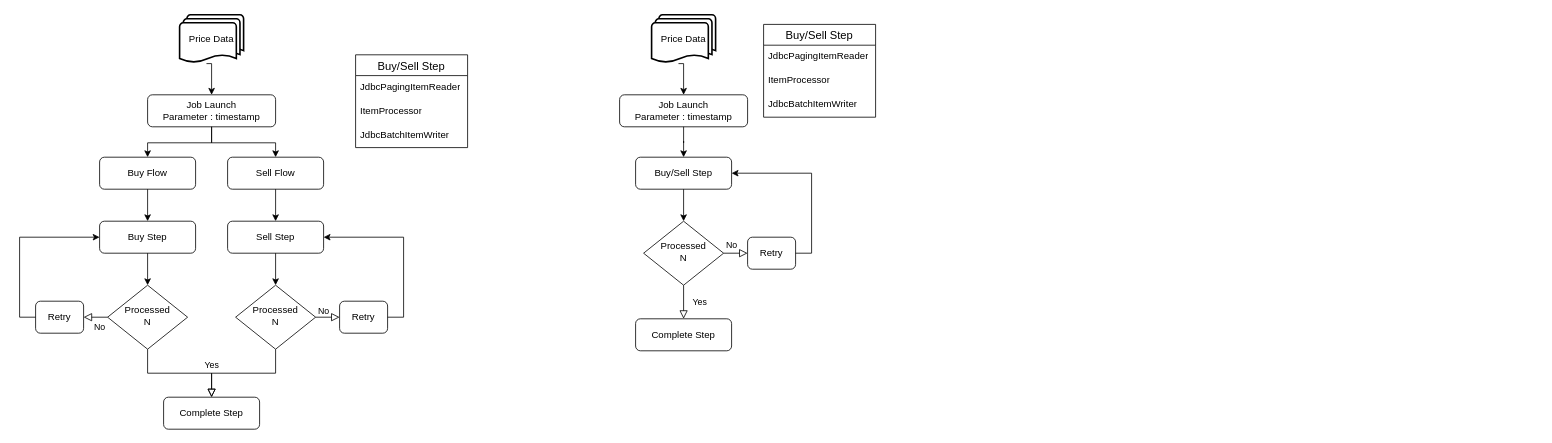
Above: document/Reserved Transaction Batch Flow.drawio in O0oO0Oo/Bitcoin-Simulated-Investment-BE (draw.io), before the change. Source tidied: cells renumbered, new cells numbered last; positions are measured from the earlier drawing's top-left corner, leaving out a move shared by most shapes. Both pictures are drawn from the tidied source at 80%, with x=0, y=0 at pixel (35, 14).
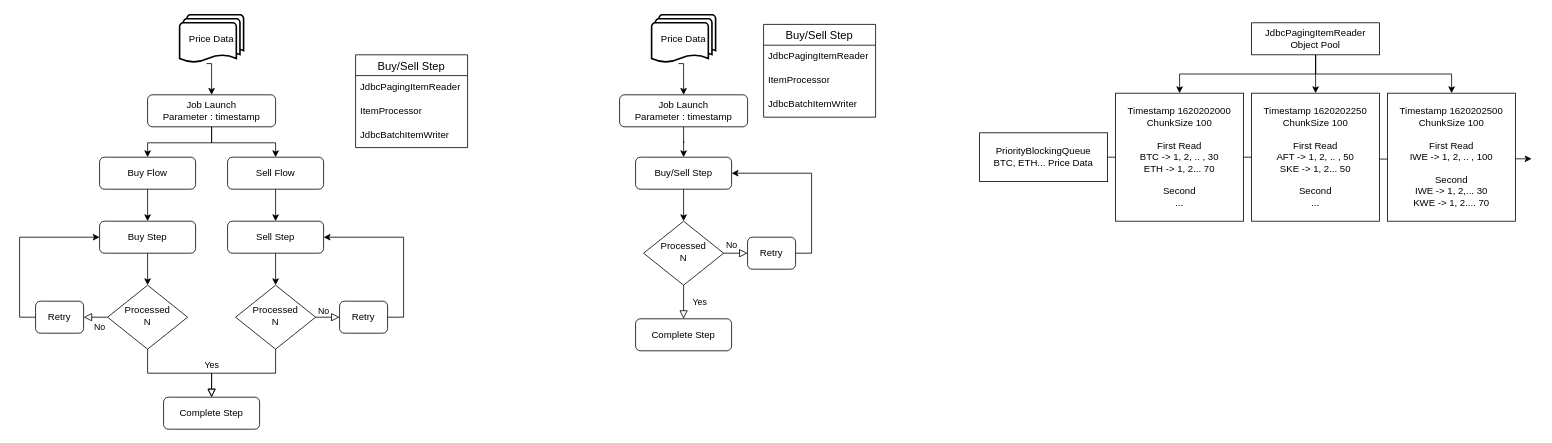
The same diagram, later.

What changed in the source:
```diff
@@
+    <mxCell id="46" style="edgeStyle=orthogonalEdgeStyle;rounded=0;jettySize=auto;html=1;exitX=0.5;exitY=1;exitDx=0;exitDy=0;entryX=0.5;entryY=0;entryDx=0;entryDy=0;" parent="1" edge="1" source="49" target="52">
+      <mxGeometry relative="1" as="geometry" />
+    </mxCell>
+    <mxCell id="47" style="edgeStyle=orthogonalEdgeStyle;rounded=0;jettySize=auto;html=1;exitX=0.5;exitY=1;exitDx=0;exitDy=0;entryX=0.5;entryY=0;entryDx=0;entryDy=0;" parent="1" edge="1" source="49" target="53">
+      <mxGeometry relative="1" as="geometry" />
+    </mxCell>
+    <mxCell id="48" style="edgeStyle=orthogonalEdgeStyle;rounded=0;jettySize=auto;html=1;exitX=0.5;exitY=1;exitDx=0;exitDy=0;entryX=0.5;entryY=0;entryDx=0;entryDy=0;" parent="1" edge="1" source="49" target="54">
+      <mxGeometry relative="1" as="geometry" />
+    </mxCell>
+    <mxCell id="49" value="JdbcPagingItemReader Object Pool" style="rounded=0;whiteSpace=wrap;html=1;" parent="1" vertex="1">
+      <mxGeometry x="1520" y="10" width="160" height="40" as="geometry" />
+    </mxCell>
+    <mxCell id="50" style="edgeStyle=orthogonalEdgeStyle;rounded=0;jettySize=auto;html=1;exitX=1;exitY=0.5;exitDx=0;exitDy=0;" parent="1" edge="1" source="51">
+      <mxGeometry relative="1" as="geometry">
+        <mxPoint x="1870" y="180" as="targetPoint" />
+      </mxGeometry>
+    </mxCell>
+    <mxCell id="51" value="PriorityBlockingQueue&lt;br&gt;BTC, ETH... Price Data" style="rounded=0;whiteSpace=wrap;html=1;" parent="1" vertex="1">
+      <mxGeometry x="1180" y="147.5" width="160" height="61" as="geometry" />
+    </mxCell>
+    <mxCell id="52" value="Timestamp 1620202000&lt;br&gt;ChunkSize 100&lt;br&gt;&lt;br&gt;First Read&lt;br&gt;&lt;div&gt;BTC -&amp;gt; 1, 2, .. , 30&lt;/div&gt;&lt;div&gt;ETH -&amp;gt; 1, 2... 70&lt;br&gt;&lt;br&gt;Second&lt;br&gt;...&lt;br&gt;&lt;/div&gt;" style="rounded=0;whiteSpace=wrap;html=1;" parent="1" vertex="1">
+      <mxGeometry x="1350" y="98" width="160" height="160" as="geometry" />
+    </mxCell>
+    <mxCell id="53" value="Timestamp 1620202250&lt;br&gt;ChunkSize 100&lt;br&gt;&lt;br&gt;First Read&lt;br&gt;&lt;div&gt;AFT -&amp;gt; 1, 2, .. , 50&lt;/div&gt;&lt;div&gt;SKE -&amp;gt; 1, 2... 50&lt;br&gt;&lt;br&gt;Second&lt;br&gt;...&lt;br&gt;&lt;/div&gt;" style="rounded=0;whiteSpace=wrap;html=1;" parent="1" vertex="1">
+      <mxGeometry x="1520" y="98" width="160" height="160" as="geometry" />
+    </mxCell>
+    <mxCell id="54" value="Timestamp 1620202500&lt;br&gt;ChunkSize 100&lt;br&gt;&lt;br&gt;First Read&lt;br&gt;&lt;div&gt;IWE -&amp;gt; 1, 2, .. , 100&lt;br&gt;&lt;br&gt;Second&lt;br&gt;IWE -&amp;gt; 1, 2,... 30&lt;br&gt;KWE -&amp;gt; 1, 2.... 70&lt;br&gt;&lt;/div&gt;" style="rounded=0;whiteSpace=wrap;html=1;" parent="1" vertex="1">
+      <mxGeometry x="1690" y="98" width="160" height="160" as="geometry" />
+    </mxCell>
```
